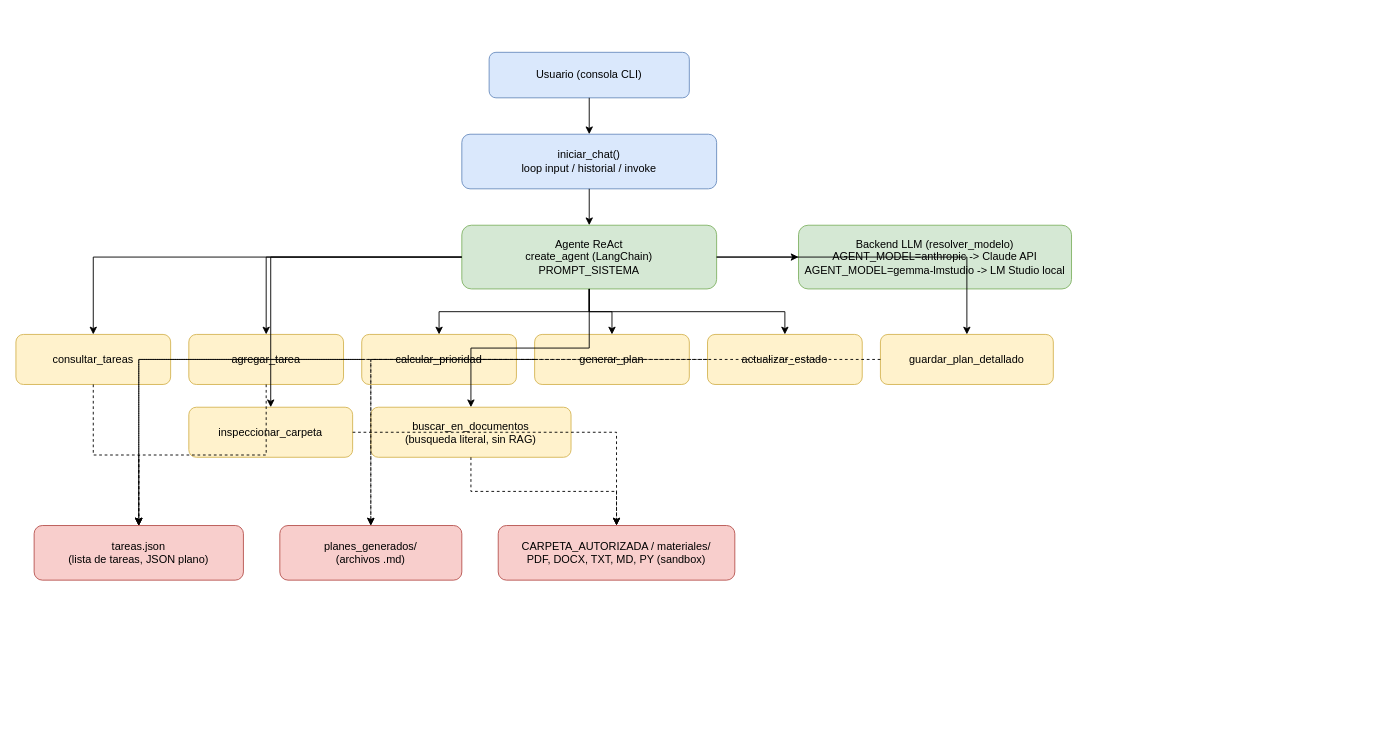
chris2009/Agentes_IA_Ruta_Aprendizaje keeps this draw.io diagram as Modulo5_Herramientas_para_Orquestacion/Sesion12_LangChain_Agents/Tarea_Agente_Personal/v1_tarea_agente_personal.drawio.xml. Above is the earlier version. Source tidied: cells renumbered, new cells numbered last; positions are measured from the earlier drawing's top-left corner, leaving out a move shared by most shapes. Both pictures are drawn from the tidied source at 91%, with x=0, y=0 at pixel (15, 52).
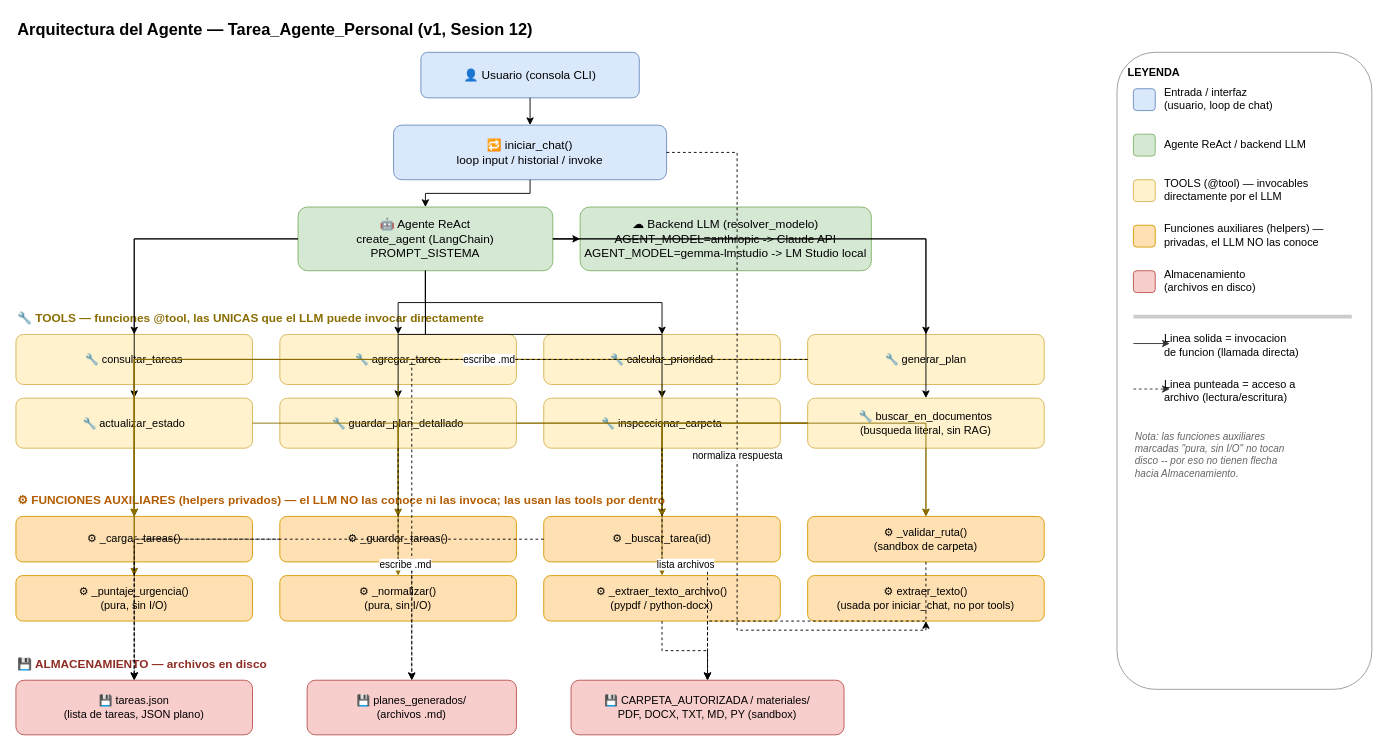
After the change.

Change to the diagram source:
```diff
@@
+    <mxCell id="37" value="Arquitectura del Agente — Tarea_Agente_Personal (v1, Sesion 12)" style="text;html=1;align=left;verticalAlign=middle;fontSize=18;fontStyle=1;" parent="1" vertex="1">
+      <mxGeometry y="-40" width="900" height="30" as="geometry" />
+    </mxCell>
-    <mxCell id="2" value="Usuario (consola CLI)" style="rounded=1;whiteSpace=wrap;html=1;fillColor=#dae8fc;strokeColor=#6c8ebf;" parent="1" vertex="1">
-      <mxGeometry x="520" width="220" height="50" as="geometry" />
+    <mxCell id="2" value="👤 Usuario (consola CLI)" style="rounded=1;whiteSpace=wrap;html=1;fillColor=#dae8fc;strokeColor=#6c8ebf;fontSize=13;" parent="1" vertex="1">
+      <mxGeometry x="445" width="240" height="50" as="geometry" />
     </mxCell>
-    <mxCell id="3" value="iniciar_chat()&#10;loop input / historial / invoke" style="rounded=1;whiteSpace=wrap;html=1;fillColor=#dae8fc;strokeColor=#6c8ebf;" parent="1" vertex="1">
-      <mxGeometry x="490" y="90" width="280" height="60" as="geometry" />
+    <mxCell id="3" value="🔁 iniciar_chat()&#10;loop input / historial / invoke" style="rounded=1;whiteSpace=wrap;html=1;fillColor=#dae8fc;strokeColor=#6c8ebf;fontSize=13;" parent="1" vertex="1">
+      <mxGeometry x="415" y="80" width="300" height="60" as="geometry" />
     </mxCell>
-    <mxCell id="4" value="Agente ReAct&#10;create_agent (LangChain)&#10;PROMPT_SISTEMA" style="rounded=1;whiteSpace=wrap;html=1;fillColor=#d5e8d4;strokeColor=#82b366;" parent="1" vertex="1">
-      <mxGeometry x="490" y="190" width="280" height="70" as="geometry" />
+    <mxCell id="4" value="🤖 Agente ReAct&#10;create_agent (LangChain)&#10;PROMPT_SISTEMA" style="rounded=1;whiteSpace=wrap;html=1;fillColor=#d5e8d4;strokeColor=#82b366;fontSize=13;" parent="1" vertex="1">
+      <mxGeometry x="310" y="170" width="280" height="70" as="geometry" />
     </mxCell>
-    <mxCell id="5" value="Backend LLM (resolver_modelo)&#10;AGENT_MODEL=anthropic -&gt; Claude API&#10;AGENT_MODEL=gemma-lmstudio -&gt; LM Studio local" style="rounded=1;whiteSpace=wrap;html=1;fillColor=#d5e8d4;strokeColor=#82b366;" parent="1" vertex="1">
-      <mxGeometry x="860" y="190" width="300" height="70" as="geometry" />
+    <mxCell id="5" value="☁ Backend LLM (resolver_modelo)&#10;AGENT_MODEL=anthropic -&gt; Claude API&#10;AGENT_MODEL=gemma-lmstudio -&gt; LM Studio local" style="rounded=1;whiteSpace=wrap;html=1;fillColor=#d5e8d4;strokeColor=#82b366;fontSize=13;" parent="1" vertex="1">
+      <mxGeometry x="620" y="170" width="320" height="70" as="geometry" />
     </mxCell>
+    <mxCell id="38" value="🔧 TOOLS — funciones @tool, las UNICAS que el LLM puede invocar directamente" style="text;html=1;align=left;verticalAlign=middle;fontSize=13;fontStyle=1;fontColor=#8a6d00;" parent="1" vertex="1">
+      <mxGeometry y="280" width="900" height="24" as="geometry" />
+    </mxCell>
-    <mxCell id="6" value="consultar_tareas" style="rounded=1;whiteSpace=wrap;html=1;fillColor=#fff2cc;strokeColor=#d6b656;" parent="1" vertex="1">
-      <mxGeometry y="310" width="170" height="55" as="geometry" />
+    <mxCell id="6" value="🔧 consultar_tareas" style="rounded=1;whiteSpace=wrap;html=1;fillColor=#fff2cc;strokeColor=#d6b656;fontSize=12;" parent="1" vertex="1">
+      <mxGeometry y="310" width="260" height="55" as="geometry" />
     </mxCell>
-    <mxCell id="7" value="agregar_tarea" style="rounded=1;whiteSpace=wrap;html=1;fillColor=#fff2cc;strokeColor=#d6b656;" parent="1" vertex="1">
-      <mxGeometry x="190" y="310" width="170" height="55" as="geometry" />
+    <mxCell id="7" value="🔧 agregar_tarea" style="rounded=1;whiteSpace=wrap;html=1;fillColor=#fff2cc;strokeColor=#d6b656;fontSize=12;" parent="1" vertex="1">
+      <mxGeometry x="290" y="310" width="260" height="55" as="geometry" />
     </mxCell>
-    <mxCell id="8" value="calcular_prioridad" style="rounded=1;whiteSpace=wrap;html=1;fillColor=#fff2cc;strokeColor=#d6b656;" parent="1" vertex="1">
-      <mxGeometry x="380" y="310" width="170" height="55" as="geometry" />
+    <mxCell id="8" value="🔧 calcular_prioridad" style="rounded=1;whiteSpace=wrap;html=1;fillColor=#fff2cc;strokeColor=#d6b656;fontSize=12;" parent="1" vertex="1">
+      <mxGeometry x="580" y="310" width="260" height="55" as="geometry" />
     </mxCell>
-    <mxCell id="9" value="generar_plan" style="rounded=1;whiteSpace=wrap;html=1;fillColor=#fff2cc;strokeColor=#d6b656;" parent="1" vertex="1">
-      <mxGeometry x="570" y="310" width="170" height="55" as="geometry" />
+    <mxCell id="9" value="🔧 generar_plan" style="rounded=1;whiteSpace=wrap;html=1;fillColor=#fff2cc;strokeColor=#d6b656;fontSize=12;" parent="1" vertex="1">
+      <mxGeometry x="870" y="310" width="260" height="55" as="geometry" />
     </mxCell>
-    <mxCell id="10" value="actualizar_estado" style="rounded=1;whiteSpace=wrap;html=1;fillColor=#fff2cc;strokeColor=#d6b656;" parent="1" vertex="1">
-      <mxGeometry x="760" y="310" width="170" height="55" as="geometry" />
+    <mxCell id="10" value="🔧 actualizar_estado" style="rounded=1;whiteSpace=wrap;html=1;fillColor=#fff2cc;strokeColor=#d6b656;fontSize=12;" parent="1" vertex="1">
+      <mxGeometry y="380" width="260" height="55" as="geometry" />
     </mxCell>
-    <mxCell id="11" value="guardar_plan_detallado" style="rounded=1;whiteSpace=wrap;html=1;fillColor=#fff2cc;strokeColor=#d6b656;" parent="1" vertex="1">
-      <mxGeometry x="950" y="310" width="190" height="55" as="geometry" />
+    <mxCell id="11" value="🔧 guardar_plan_detallado" style="rounded=1;whiteSpace=wrap;html=1;fillColor=#fff2cc;strokeColor=#d6b656;fontSize=12;" parent="1" vertex="1">
+      <mxGeometry x="290" y="380" width="260" height="55" as="geometry" />
     </mxCell>
-    <mxCell id="12" value="inspeccionar_carpeta" style="rounded=1;whiteSpace=wrap;html=1;fillColor=#fff2cc;strokeColor=#d6b656;" parent="1" vertex="1">
-      <mxGeometry x="190" y="390" width="180" height="55" as="geometry" />
+    <mxCell id="12" value="🔧 inspeccionar_carpeta" style="rounded=1;whiteSpace=wrap;html=1;fillColor=#fff2cc;strokeColor=#d6b656;fontSize=12;" parent="1" vertex="1">
+      <mxGeometry x="580" y="380" width="260" height="55" as="geometry" />
     </mxCell>
-    <mxCell id="13" value="buscar_en_documentos&#10;(busqueda literal, sin RAG)" style="rounded=1;whiteSpace=wrap;html=1;fillColor=#fff2cc;strokeColor=#d6b656;" parent="1" vertex="1">
-      <mxGeometry x="390" y="390" width="220" height="55" as="geometry" />
+    <mxCell id="13" value="🔧 buscar_en_documentos&#10;(busqueda literal, sin RAG)" style="rounded=1;whiteSpace=wrap;html=1;fillColor=#fff2cc;strokeColor=#d6b656;fontSize=12;" parent="1" vertex="1">
+      <mxGeometry x="870" y="380" width="260" height="55" as="geometry" />
     </mxCell>
+    <mxCell id="39" value="⚙ FUNCIONES AUXILIARES (helpers privados) — el LLM NO las conoce ni las invoca; las usan las tools por dentro" style="text;html=1;align=left;verticalAlign=middle;fontSize=13;fontStyle=1;fontColor=#b35c00;" parent="1" vertex="1">
+      <mxGeometry y="480" width="1100" height="24" as="geometry" />
+    </mxCell>
+    <mxCell id="40" value="⚙ _cargar_tareas()" style="rounded=1;whiteSpace=wrap;html=1;fillColor=#ffe0b3;strokeColor=#d79b00;fontSize=12;" parent="1" vertex="1">
+      <mxGeometry y="510" width="260" height="50" as="geometry" />
+    </mxCell>
+    <mxCell id="41" value="⚙ _guardar_tareas()" style="rounded=1;whiteSpace=wrap;html=1;fillColor=#ffe0b3;strokeColor=#d79b00;fontSize=12;" parent="1" vertex="1">
+      <mxGeometry x="290" y="510" width="260" height="50" as="geometry" />
+    </mxCell>
+    <mxCell id="42" value="⚙ _buscar_tarea(id)" style="rounded=1;whiteSpace=wrap;html=1;fillColor=#ffe0b3;strokeColor=#d79b00;fontSize=12;" parent="1" vertex="1">
+      <mxGeometry x="580" y="510" width="260" height="50" as="geometry" />
+    </mxCell>
+    <mxCell id="43" value="⚙ _validar_ruta()&#10;(sandbox de carpeta)" style="rounded=1;whiteSpace=wrap;html=1;fillColor=#ffe0b3;strokeColor=#d79b00;fontSize=12;" parent="1" vertex="1">
+      <mxGeometry x="870" y="510" width="260" height="50" as="geometry" />
+    </mxCell>
+    <mxCell id="44" value="⚙ _puntaje_urgencia()&#10;(pura, sin I/O)" style="rounded=1;whiteSpace=wrap;html=1;fillColor=#ffe0b3;strokeColor=#d79b00;fontSize=12;" parent="1" vertex="1">
+      <mxGeometry y="575" width="260" height="50" as="geometry" />
+    </mxCell>
+    <mxCell id="45" value="⚙ _normalizar()&#10;(pura, sin I/O)" style="rounded=1;whiteSpace=wrap;html=1;fillColor=#ffe0b3;strokeColor=#d79b00;fontSize=12;" parent="1" vertex="1">
+      <mxGeometry x="290" y="575" width="260" height="50" as="geometry" />
+    </mxCell>
+    <mxCell id="46" value="⚙ _extraer_texto_archivo()&#10;(pypdf / python-docx)" style="rounded=1;whiteSpace=wrap;html=1;fillColor=#ffe0b3;strokeColor=#d79b00;fontSize=12;" parent="1" vertex="1">
+      <mxGeometry x="580" y="575" width="260" height="50" as="geometry" />
+    </mxCell>
+    <mxCell id="47" value="⚙ extraer_texto()&#10;(usada por iniciar_chat, no por tools)" style="rounded=1;whiteSpace=wrap;html=1;fillColor=#ffe0b3;strokeColor=#d79b00;fontSize=12;" parent="1" vertex="1">
+      <mxGeometry x="870" y="575" width="260" height="50" as="geometry" />
+    </mxCell>
+    <mxCell id="48" value="💾 ALMACENAMIENTO — archivos en disco" style="text;html=1;align=left;verticalAlign=middle;fontSize=13;fontStyle=1;fontColor=#8f2d24;" parent="1" vertex="1">
+      <mxGeometry y="660" width="700" height="24" as="geometry" />
+    </mxCell>
-    <mxCell id="14" value="tareas.json&#10;(lista de tareas, JSON plano)" style="rounded=1;whiteSpace=wrap;html=1;fillColor=#f8cecc;strokeColor=#b85450;" parent="1" vertex="1">
-      <mxGeometry x="20" y="520" width="230" height="60" as="geometry" />
+    <mxCell id="14" value="💾 tareas.json&#10;(lista de tareas, JSON plano)" style="rounded=1;whiteSpace=wrap;html=1;fillColor=#f8cecc;strokeColor=#b85450;fontSize=12;" parent="1" vertex="1">
+      <mxGeometry y="690" width="260" height="60" as="geometry" />
     </mxCell>
-    <mxCell id="15" value="planes_generados/&#10;(archivos .md)" style="rounded=1;whiteSpace=wrap;html=1;fillColor=#f8cecc;strokeColor=#b85450;" parent="1" vertex="1">
-      <mxGeometry x="290" y="520" width="200" height="60" as="geometry" />
+    <mxCell id="15" value="💾 planes_generados/&#10;(archivos .md)" style="rounded=1;whiteSpace=wrap;html=1;fillColor=#f8cecc;strokeColor=#b85450;fontSize=12;" parent="1" vertex="1">
+      <mxGeometry x="320" y="690" width="230" height="60" as="geometry" />
     </mxCell>
-    <mxCell id="16" value="CARPETA_AUTORIZADA / materiales/&#10;PDF, DOCX, TXT, MD, PY (sandbox)" style="rounded=1;whiteSpace=wrap;html=1;fillColor=#f8cecc;strokeColor=#b85450;" parent="1" vertex="1">
-      <mxGeometry x="530" y="520" width="260" height="60" as="geometry" />
+    <mxCell id="16" value="💾 CARPETA_AUTORIZADA / materiales/&#10;PDF, DOCX, TXT, MD, PY (sandbox)" style="rounded=1;whiteSpace=wrap;html=1;fillColor=#f8cecc;strokeColor=#b85450;fontSize=12;" parent="1" vertex="1">
+      <mxGeometry x="610" y="690" width="300" height="60" as="geometry" />
     </mxCell>
+    <mxCell id="49" value="LEYENDA" style="rounded=1;whiteSpace=wrap;html=1;fillColor=#ffffff;strokeColor=#999999;verticalAlign=top;align=left;spacingLeft=10;spacingTop=8;fontSize=12;fontStyle=1;" parent="1" vertex="1">
+      <mxGeometry x="1210" width="280" height="700" as="geometry" />
+    </mxCell>
+    <mxCell id="50" style="rounded=1;whiteSpace=wrap;html=1;fillColor=#dae8fc;strokeColor=#6c8ebf;" parent="1" vertex="1">
+      <mxGeometry x="1228" y="40" width="24" height="24" as="geometry" />
+    </mxCell>
+    <mxCell id="51" value="Entrada / interfaz&#10;(usuario, loop de chat)" style="text;html=1;align=left;verticalAlign=middle;fontSize=12;" parent="1" vertex="1">
+      <mxGeometry x="1260" y="34" width="220" height="34" as="geometry" />
+    </mxCell>
+    <mxCell id="52" style="rounded=1;whiteSpace=wrap;html=1;fillColor=#d5e8d4;strokeColor=#82b366;" parent="1" vertex="1">
+      <mxGeometry x="1228" y="90" width="24" height="24" as="geometry" />
+    </mxCell>
+    <mxCell id="53" value="Agente ReAct / backend LLM" style="text;html=1;align=left;verticalAlign=middle;fontSize=12;" parent="1" vertex="1">
+      <mxGeometry x="1260" y="90" width="220" height="24" as="geometry" />
+    </mxCell>
+    <mxCell id="54" style="rounded=1;whiteSpace=wrap;html=1;fillColor=#fff2cc;strokeColor=#d6b656;" parent="1" vertex="1">
+      <mxGeometry x="1228" y="140" width="24" height="24" as="geometry" />
+    </mxCell>
+    <mxCell id="55" value="TOOLS (@tool) — invocables&#10;directamente por el LLM" style="text;html=1;align=left;verticalAlign=middle;fontSize=12;" parent="1" vertex="1">
+      <mxGeometry x="1260" y="134" width="220" height="34" as="geometry" />
+    </mxCell>
+    <mxCell id="56" style="rounded=1;whiteSpace=wrap;html=1;fillColor=#ffe0b3;strokeColor=#d79b00;" parent="1" vertex="1">
+      <mxGeometry x="1228" y="190" width="24" height="24" as="geometry" />
+    </mxCell>
+    <mxCell id="57" value="Funciones auxiliares (helpers) —&#10;privadas, el LLM NO las conoce" style="text;html=1;align=left;verticalAlign=middle;fontSize=12;" parent="1" vertex="1">
+      <mxGeometry x="1260" y="184" width="220" height="34" as="geometry" />
+    </mxCell>
+    <mxCell id="58" style="rounded=1;whiteSpace=wrap;html=1;fillColor=#f8cecc;strokeColor=#b85450;" parent="1" vertex="1">
+      <mxGeometry x="1228" y="240" width="24" height="24" as="geometry" />
+    </mxCell>
+    <mxCell id="59" value="Almacenamiento&#10;(archivos en disco)" style="text;html=1;align=left;verticalAlign=middle;fontSize=12;" parent="1" vertex="1">
+      <mxGeometry x="1260" y="234" width="220" height="34" as="geometry" />
+    </mxCell>
+    <mxCell id="60" style="line;strokeColor=#cccccc;" parent="1" vertex="1">
+      <mxGeometry x="1228" y="290" width="240" height="1" as="geometry" />
+    </mxCell>
+    <mxCell id="61" style="endArrow=classic;html=1;strokeColor=#333333;" parent="1" edge="1">
+      <mxGeometry x="1268" y="360" relative="1" as="geometry">
+        <mxPoint x="1228" y="320" as="sourcePoint" />
+        <mxPoint x="1268" y="320" as="targetPoint" />
+      </mxGeometry>
+    </mxCell>
+    <mxCell id="62" value="Linea solida = invocacion&#10;de funcion (llamada directa)" style="text;html=1;align=left;verticalAlign=middle;fontSize=12;" parent="1" vertex="1">
+      <mxGeometry x="1260" y="305" width="220" height="34" as="geometry" />
+    </mxCell>
+    <mxCell id="63" style="endArrow=classic;html=1;strokeColor=#333333;dashed=1;" parent="1" edge="1">
+      <mxGeometry x="1268" y="410" relative="1" as="geometry">
+        <mxPoint x="1228" y="370" as="sourcePoint" />
+        <mxPoint x="1268" y="370" as="targetPoint" />
+      </mxGeometry>
+    </mxCell>
+    <mxCell id="64" value="Linea punteada = acceso a&#10;archivo (lectura/escritura)" style="text;html=1;align=left;verticalAlign=middle;fontSize=12;" parent="1" vertex="1">
+      <mxGeometry x="1260" y="355" width="220" height="34" as="geometry" />
+    </mxCell>
+    <mxCell id="65" value="Nota: las funciones auxiliares&#10;marcadas &quot;pura, sin I/O&quot; no tocan&#10;disco -- por eso no tienen flecha&#10;hacia Almacenamiento." style="text;html=1;align=left;verticalAlign=top;fontSize=11;fontStyle=2;fontColor=#666666;" parent="1" vertex="1">
+      <mxGeometry x="1228" y="410" width="240" height="80" as="geometry" />
+    </mxCell>
@@
+    <mxCell id="66" value="normaliza respuesta" style="edgeStyle=orthogonalEdgeStyle;rounded=0;html=1;dashed=1;exitX=1;exitY=0.5;entryX=0.5;entryY=1;" parent="1" edge="1" source="3" target="47">
+      <mxGeometry relative="1" as="geometry" />
+    </mxCell>
@@
+    <mxCell id="67" style="edgeStyle=orthogonalEdgeStyle;rounded=0;html=1;strokeColor=#8a6d00;" parent="1" edge="1" source="6" target="40">
+      <mxGeometry relative="1" as="geometry" />
+    </mxCell>
+    <mxCell id="68" style="edgeStyle=orthogonalEdgeStyle;rounded=0;html=1;strokeColor=#8a6d00;" parent="1" edge="1" source="7" target="40">
+      <mxGeometry relative="1" as="geometry" />
+    </mxCell>
+    <mxCell id="69" style="edgeStyle=orthogonalEdgeStyle;rounded=0;html=1;strokeColor=#8a6d00;" parent="1" edge="1" source="7" target="41">
+      <mxGeometry relative="1" as="geometry" />
+    </mxCell>
+    <mxCell id="70" style="edgeStyle=orthogonalEdgeStyle;rounded=0;html=1;strokeColor=#8a6d00;" parent="1" edge="1" source="8" target="42">
+      <mxGeometry relative="1" as="geometry" />
+    </mxCell>
+    <mxCell id="71" style="edgeStyle=orthogonalEdgeStyle;rounded=0;html=1;strokeColor=#8a6d00;" parent="1" edge="1" source="8" target="44">
+      <mxGeometry relative="1" as="geometry" />
+    </mxCell>
+    <mxCell id="72" style="edgeStyle=orthogonalEdgeStyle;rounded=0;html=1;strokeColor=#8a6d00;" parent="1" edge="1" source="9" target="40">
+      <mxGeometry relative="1" as="geometry" />
+    </mxCell>
+    <mxCell id="73" style="edgeStyle=orthogonalEdgeStyle;rounded=0;html=1;strokeColor=#8a6d00;" parent="1" edge="1" source="9" target="44">
+      <mxGeometry relative="1" as="geometry" />
+    </mxCell>
+    <mxCell id="74" style="edgeStyle=orthogonalEdgeStyle;rounded=0;html=1;strokeColor=#8a6d00;" parent="1" edge="1" source="10" target="40">
+      <mxGeometry relative="1" as="geometry" />
+    </mxCell>
+    <mxCell id="75" style="edgeStyle=orthogonalEdgeStyle;rounded=0;html=1;strokeColor=#8a6d00;" parent="1" edge="1" source="10" target="41">
+      <mxGeometry relative="1" as="geometry" />
+    </mxCell>
+    <mxCell id="76" style="edgeStyle=orthogonalEdgeStyle;rounded=0;html=1;strokeColor=#8a6d00;" parent="1" edge="1" source="11" target="42">
+      <mxGeometry relative="1" as="geometry" />
+    </mxCell>
+    <mxCell id="77" style="edgeStyle=orthogonalEdgeStyle;rounded=0;html=1;strokeColor=#8a6d00;" parent="1" edge="1" source="12" target="42">
+      <mxGeometry relative="1" as="geometry" />
+    </mxCell>
+    <mxCell id="78" style="edgeStyle=orthogonalEdgeStyle;rounded=0;html=1;strokeColor=#8a6d00;" parent="1" edge="1" source="12" target="43">
+      <mxGeometry relative="1" as="geometry" />
+    </mxCell>
+    <mxCell id="79" style="edgeStyle=orthogonalEdgeStyle;rounded=0;html=1;strokeColor=#8a6d00;" parent="1" edge="1" source="13" target="42">
+      <mxGeometry relative="1" as="geometry" />
+    </mxCell>
+    <mxCell id="80" style="edgeStyle=orthogonalEdgeStyle;rounded=0;html=1;strokeColor=#8a6d00;" parent="1" edge="1" source="13" target="43">
+      <mxGeometry relative="1" as="geometry" />
+    </mxCell>
+    <mxCell id="81" style="edgeStyle=orthogonalEdgeStyle;rounded=0;html=1;strokeColor=#8a6d00;" parent="1" edge="1" source="13" target="45">
+      <mxGeometry relative="1" as="geometry" />
+    </mxCell>
+    <mxCell id="82" style="edgeStyle=orthogonalEdgeStyle;rounded=0;html=1;strokeColor=#8a6d00;" parent="1" edge="1" source="13" target="46">
+      <mxGeometry relative="1" as="geometry" />
+    </mxCell>
-    <mxCell id="28" style="edgeStyle=orthogonalEdgeStyle;rounded=0;html=1;dashed=1;" parent="1" edge="1" source="6" target="14">
+    <mxCell id="28" style="edgeStyle=orthogonalEdgeStyle;rounded=0;html=1;dashed=1;" parent="1" edge="1" source="40" target="14">
       <mxGeometry relative="1" as="geometry" />
     </mxCell>
-    <mxCell id="29" style="edgeStyle=orthogonalEdgeStyle;rounded=0;html=1;dashed=1;" parent="1" edge="1" source="7" target="14">
+    <mxCell id="29" style="edgeStyle=orthogonalEdgeStyle;rounded=0;html=1;dashed=1;" parent="1" edge="1" source="41" target="14">
       <mxGeometry relative="1" as="geometry" />
     </mxCell>
-    <mxCell id="30" style="edgeStyle=orthogonalEdgeStyle;rounded=0;html=1;dashed=1;" parent="1" edge="1" source="8" target="14">
+    <mxCell id="30" style="edgeStyle=orthogonalEdgeStyle;rounded=0;html=1;dashed=1;" parent="1" edge="1" source="42" target="14">
       <mxGeometry relative="1" as="geometry" />
     </mxCell>
-    <mxCell id="31" style="edgeStyle=orthogonalEdgeStyle;rounded=0;html=1;dashed=1;" parent="1" edge="1" source="10" target="14">
+    <mxCell id="31" style="edgeStyle=orthogonalEdgeStyle;rounded=0;html=1;dashed=1;" parent="1" edge="1" source="43" target="16">
       <mxGeometry relative="1" as="geometry" />
     </mxCell>
-    <mxCell id="32" style="edgeStyle=orthogonalEdgeStyle;rounded=0;html=1;dashed=1;" parent="1" edge="1" source="9" target="14">
+    <mxCell id="32" style="edgeStyle=orthogonalEdgeStyle;rounded=0;html=1;dashed=1;" parent="1" edge="1" source="46" target="16">
       <mxGeometry relative="1" as="geometry" />
     </mxCell>
-    <mxCell id="33" style="edgeStyle=orthogonalEdgeStyle;rounded=0;html=1;dashed=1;" parent="1" edge="1" source="9" target="15">
-      <mxGeometry relative="1" as="geometry" />
+    <mxCell id="33" value="escribe .md" style="edgeStyle=orthogonalEdgeStyle;rounded=0;html=1;dashed=1;" parent="1" edge="1" source="9" target="15">
+      <mxGeometry x="-0.11" relative="1" as="geometry" />
     </mxCell>
-    <mxCell id="34" style="edgeStyle=orthogonalEdgeStyle;rounded=0;html=1;dashed=1;" parent="1" edge="1" source="11" target="15">
+    <mxCell id="34" value="escribe .md" style="edgeStyle=orthogonalEdgeStyle;rounded=0;html=1;dashed=1;" parent="1" edge="1" source="11" target="15">
       <mxGeometry relative="1" as="geometry" />
     </mxCell>
-    <mxCell id="35" style="edgeStyle=orthogonalEdgeStyle;rounded=0;html=1;dashed=1;" parent="1" edge="1" source="12" target="16">
+    <mxCell id="35" value="lista archivos" style="edgeStyle=orthogonalEdgeStyle;rounded=0;html=1;dashed=1;" parent="1" edge="1" source="12" target="16">
       <mxGeometry relative="1" as="geometry" />
     </mxCell>
-    <mxCell id="36" style="edgeStyle=orthogonalEdgeStyle;rounded=0;html=1;dashed=1;" parent="1" edge="1" source="13" target="16">
-      <mxGeometry relative="1" as="geometry" />
-    </mxCell>
```
